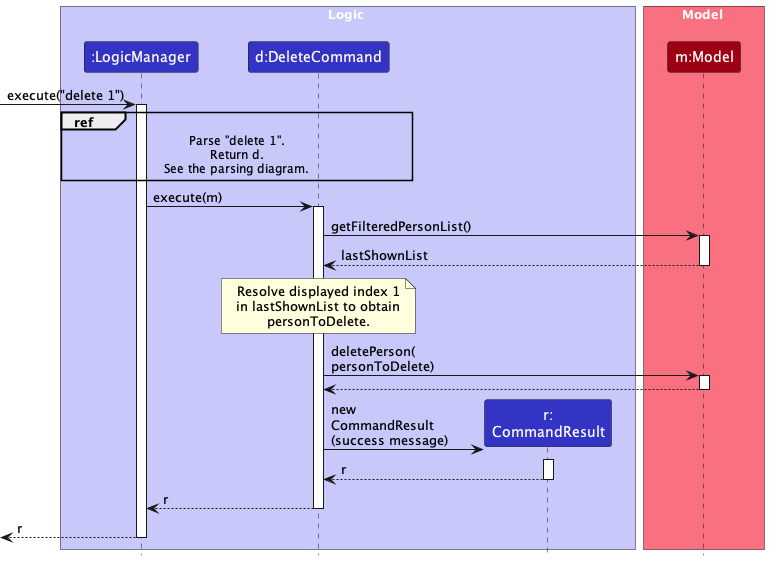
liownahum/tp keeps this PlantUML diagram as docs/images/DeleteSequenceDiagram.png. Above is the earlier version.
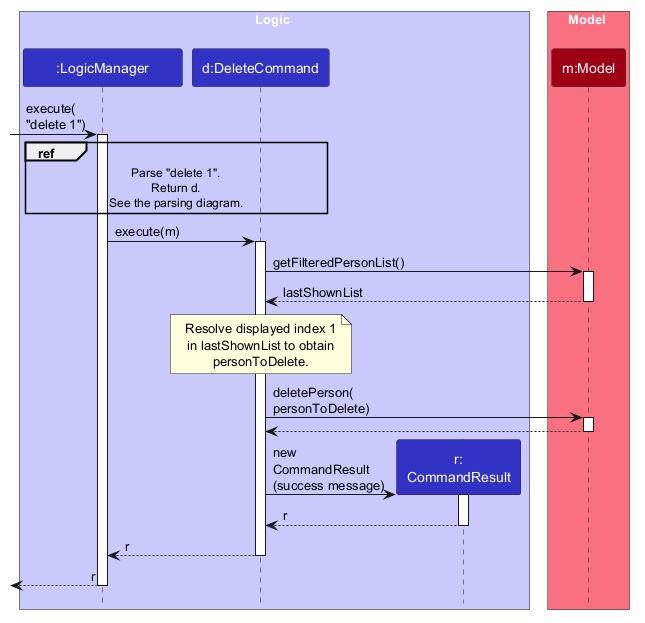
Later version of the same file.

Commit message:
Keep Delete entry labels clear of the Logic frame and regenerate diagrams

Diff of the diagram source:
```diff
@@ -6,7 +6,7 @@
 skinparam SequenceReferenceBackgroundColor transparent
 
 box Logic LOGIC_COLOR_T1
-participant ":LogicManager" as LogicManager LOGIC_COLOR
+participant "      :LogicManager      " as LogicManager LOGIC_COLOR
 participant "d:DeleteCommand" as DeleteCommand LOGIC_COLOR
 participant "r:\nCommandResult" as CommandResult LOGIC_COLOR
 end box
@@ -15,7 +15,7 @@
 participant "m:Model" as Model MODEL_COLOR
 end box
 
-[-> LogicManager : execute("delete 1")
+[-> LogicManager : execute(\n"delete 1")
 activate LogicManager
 
 ref over LogicManager, DeleteCommand
```
